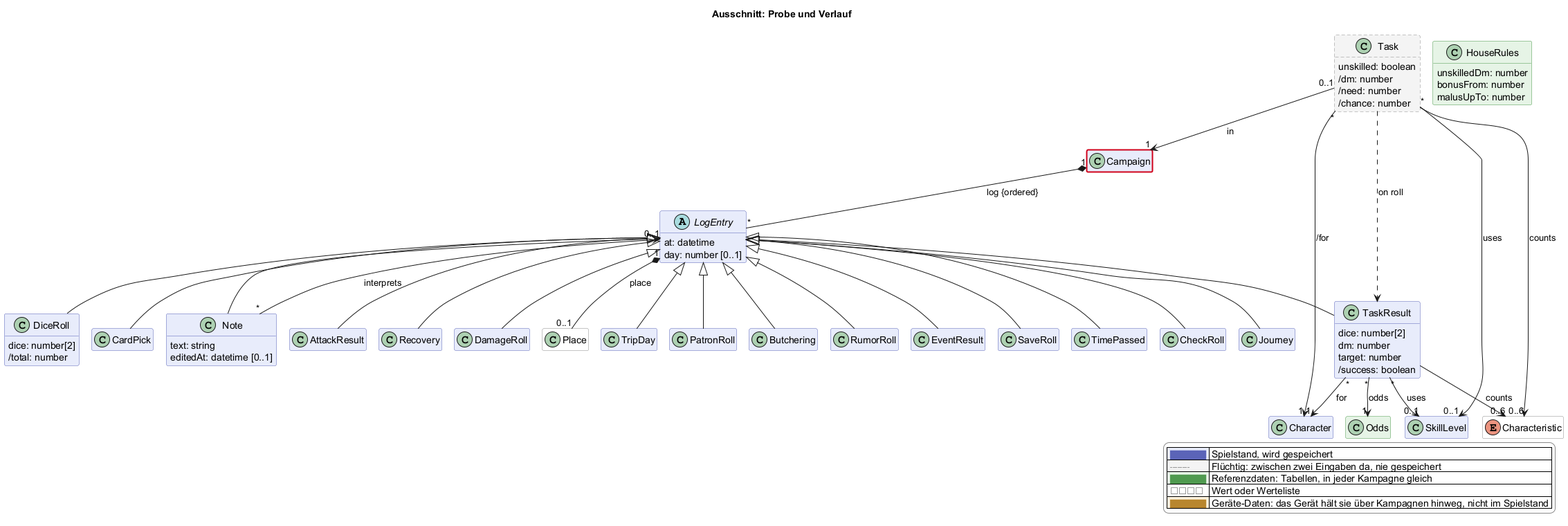
The PlantUML diagram docs/views/probe.png in scuzzar/SRE, before a commit.
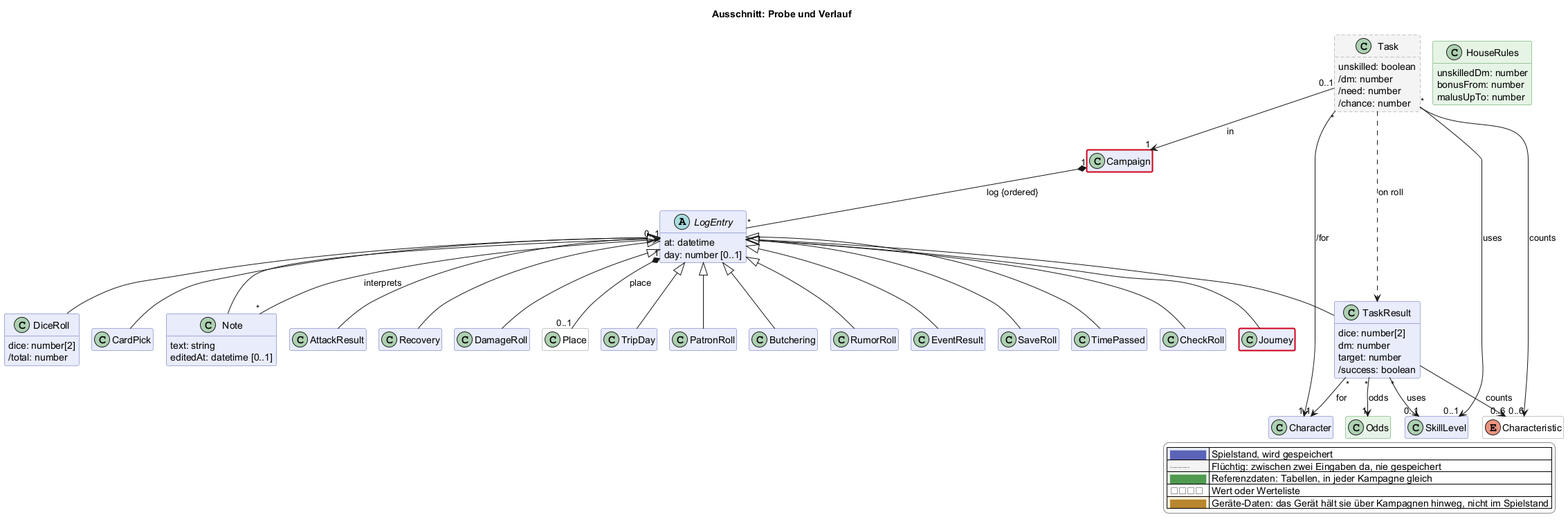
Later version of the same file.

Change to the diagram source:
```diff
@@ -175,4 +175,5 @@
   |<#fdf1dc> <color:#b8862e>████</color> | Geräte-Daten: das Gerät hält sie über Kampagnen hinweg, nicht im Spielstand |
 endlegend
 class Campaign #line:d0021b;line.bold
+class Journey #line:d0021b;line.bold
 @enduml
```
